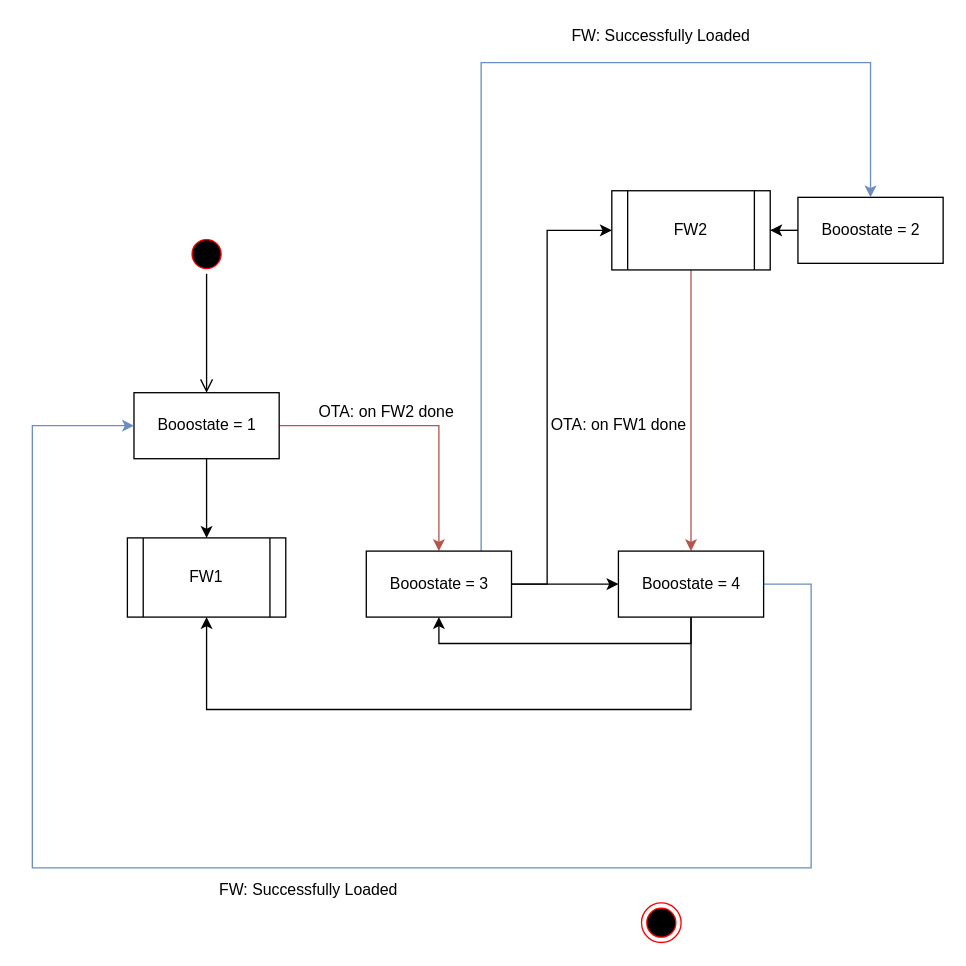
This is Untitled Diagram.drawio from starbuckslatte/starbuckslatte.github.io, a draw.io file, before an edit. Source tidied: cells renumbered, new cells numbered last; positions are measured from the earlier drawing's top-left corner, leaving out a move shared by most shapes. Both pictures are drawn from the tidied source at 132%, with x=0, y=0 at pixel (32, 22).
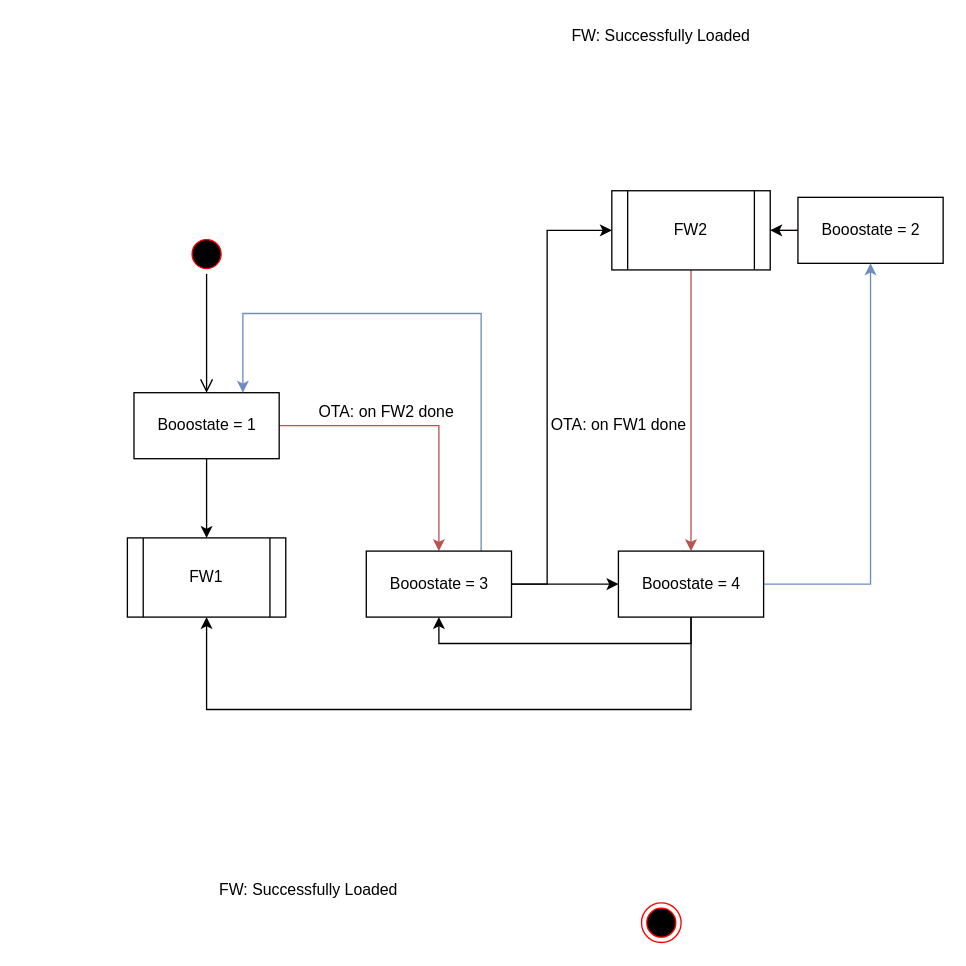
The same page after the edit.

Unchanged cells that the change refers to:
```xml
<mxCell id="7" value="Booostate = 1" style="html=1;" parent="1" vertex="1">
  <mxGeometry x="77" y="280" width="110" height="50" as="geometry" />
</mxCell>
<mxCell id="10" value="Booostate = 2" style="html=1;" parent="1" vertex="1">
  <mxGeometry x="580" y="132" width="110" height="50" as="geometry" />
</mxCell>
<mxCell id="14" value="Booostate = 3" style="html=1;" parent="1" vertex="1">
  <mxGeometry x="253" y="400" width="110" height="50" as="geometry" />
</mxCell>
<mxCell id="18" value="Booostate = 4" style="html=1;" parent="1" vertex="1">
  <mxGeometry x="444" y="400" width="110" height="50" as="geometry" />
</mxCell>
```

Change to the diagram source:
```diff
@@
-    <mxCell id="12" style="edgeStyle=orthogonalEdgeStyle;rounded=0;jettySize=auto;html=1;strokeColor=#6c8ebf;fillColor=#dae8fc;entryX=0.5;entryY=0;entryDx=0;entryDy=0;" parent="1" edge="1" source="14" target="10">
+    <mxCell id="12" style="edgeStyle=orthogonalEdgeStyle;rounded=0;jettySize=auto;html=1;strokeColor=#6c8ebf;fillColor=#dae8fc;entryX=0.75;entryY=0;entryDx=0;entryDy=0;" parent="1" edge="1" source="14" target="7">
       <mxGeometry relative="1" as="geometry">
         <Array as="points">
-          <mxPoint x="340" y="30" />
-          <mxPoint x="635" y="30" />
+          <mxPoint x="340" y="220" />
+          <mxPoint x="160" y="220" />
         </Array>
       </mxGeometry>
     </mxCell>
@@
-    <mxCell id="16" style="edgeStyle=orthogonalEdgeStyle;rounded=0;jettySize=auto;html=1;exitX=1;exitY=0.5;exitDx=0;exitDy=0;entryX=0;entryY=0.5;entryDx=0;entryDy=0;fillColor=#dae8fc;strokeColor=#6c8ebf;" parent="1" edge="1" source="18" target="7">
+    <mxCell id="16" style="edgeStyle=orthogonalEdgeStyle;rounded=0;jettySize=auto;html=1;exitX=1;exitY=0.5;exitDx=0;exitDy=0;entryX=0.5;entryY=1;entryDx=0;entryDy=0;fillColor=#dae8fc;strokeColor=#6c8ebf;" parent="1" edge="1" source="18" target="10">
       <mxGeometry relative="1" as="geometry">
         <Array as="points">
-          <mxPoint x="590" y="425" />
-          <mxPoint x="590" y="640" />
-          <mxPoint y="640" />
-          <mxPoint y="305" />
+          <mxPoint x="635" y="425" />
         </Array>
       </mxGeometry>
     </mxCell>
```
